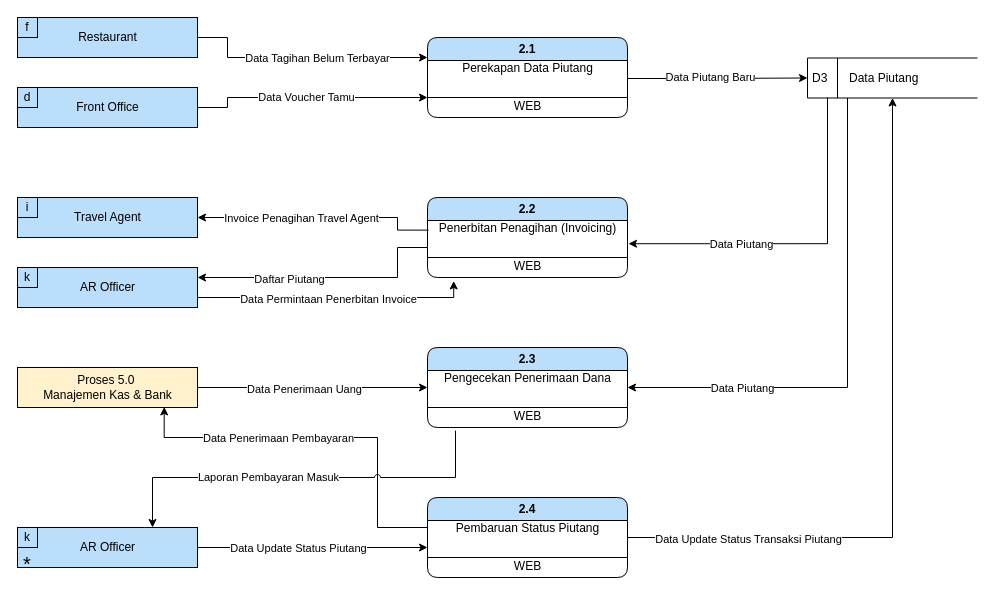
The draw.io diagram page "DFD LVL 1-Piutang" (8 of 9) of DFD-FINANCE-MARU.drawio in elikawicaksana/BuildIT_BasisData, before the edit. Source tidied: cells renumbered, new cells numbered last; positions are measured from the earlier drawing's top-left corner, leaving out a move shared by most shapes. Both pictures are drawn from the tidied source at 100%, with x=0, y=0 at pixel (17, 17).
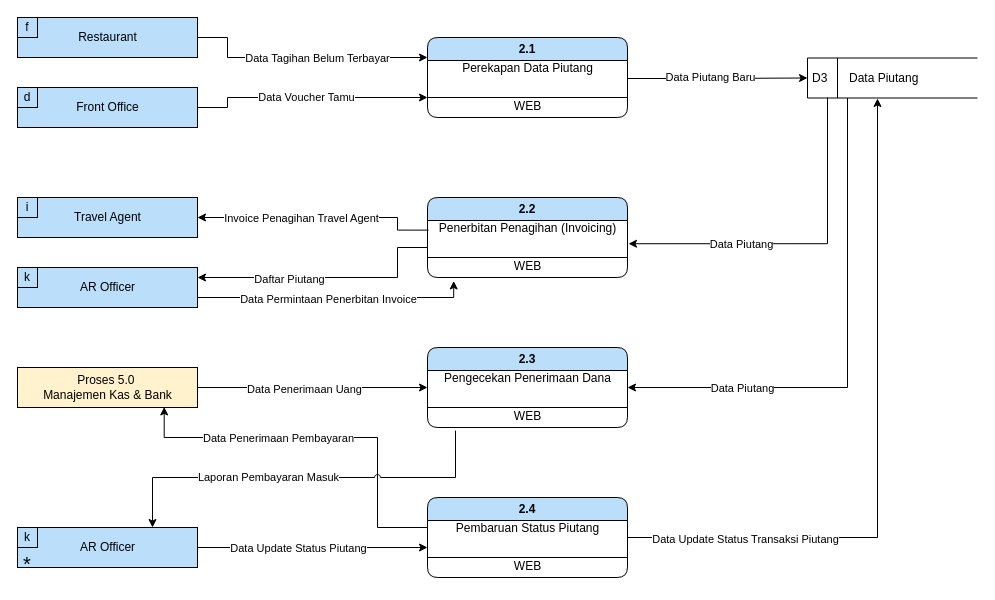
After the change.

Unchanged cells that the change refers to:
```xml
<mxCell id="15" value="2.4" style="swimlane;whiteSpace=wrap;html=1;fillColor=#bbdefb;rounded=1;" parent="14" vertex="1">
  <mxGeometry width="200" height="80" as="geometry" />
</mxCell>
<mxCell id="23" value="&lt;span style=&quot;background-color: light-dark(rgb(255, 255, 255), rgb(102, 0, 204));&quot;&gt;D3&lt;/span&gt;" style="html=1;dashed=0;whiteSpace=wrap;shape=mxgraph.dfd.dataStoreID;align=left;spacingLeft=3;points=[[0,0],[0.5,0],[1,0],[0,0.5],[1,0.5],[0,1],[0.5,1],[1,1]];fillColor=none;fillStyle=solid;" parent="22" vertex="1">
  <mxGeometry width="170" height="40" as="geometry" />
</mxCell>
```

Diff of the diagram source:
```diff
@@
-    <mxCell id="64" style="edgeStyle=orthogonalEdgeStyle;rounded=0;jettySize=auto;html=1;exitX=1;exitY=0.5;exitDx=0;exitDy=0;entryX=0.5;entryY=1;entryDx=0;entryDy=0;" parent="1" edge="1" source="15" target="23">
-      <mxGeometry relative="1" as="geometry" />
+    <mxCell id="64" style="edgeStyle=orthogonalEdgeStyle;rounded=0;jettySize=auto;html=1;exitX=1;exitY=0.5;exitDx=0;exitDy=0;" parent="1" edge="1" source="15">
+      <mxGeometry relative="1" as="geometry">
+        <mxPoint x="860" y="81" as="targetPoint" />
+        <Array as="points">
+          <mxPoint x="860" y="520" />
+          <mxPoint x="860" y="81" />
+        </Array>
+      </mxGeometry>
     </mxCell>
```
